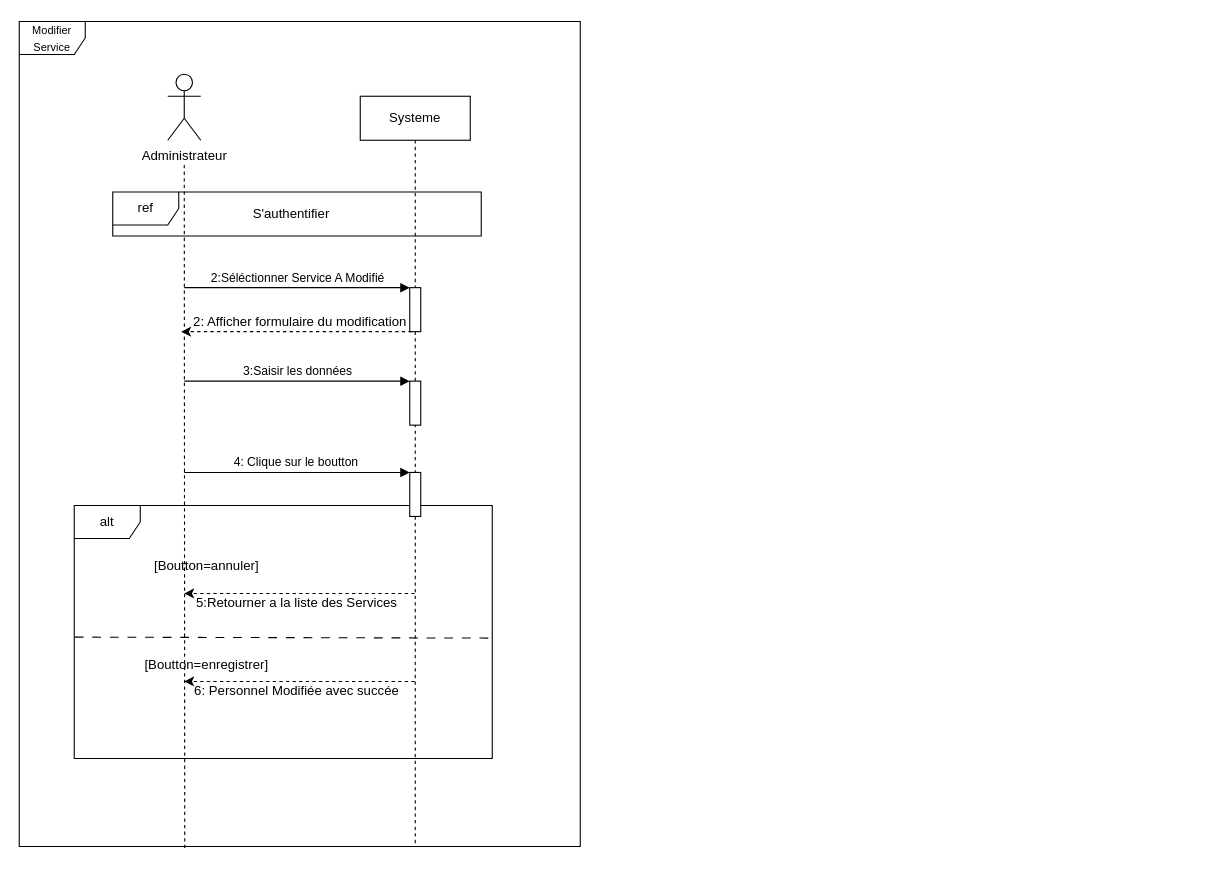
Before: diagSequence-modifService.drawio in PORTAIL-RH/Portail-RH-Mobile, a draw.io diagram. Source tidied: cells renumbered, new cells numbered last; positions are measured from the earlier drawing's top-left corner, leaving out a move shared by most shapes. Both pictures are drawn from the tidied source at 110%, with x=0, y=0 at pixel (19, 21).
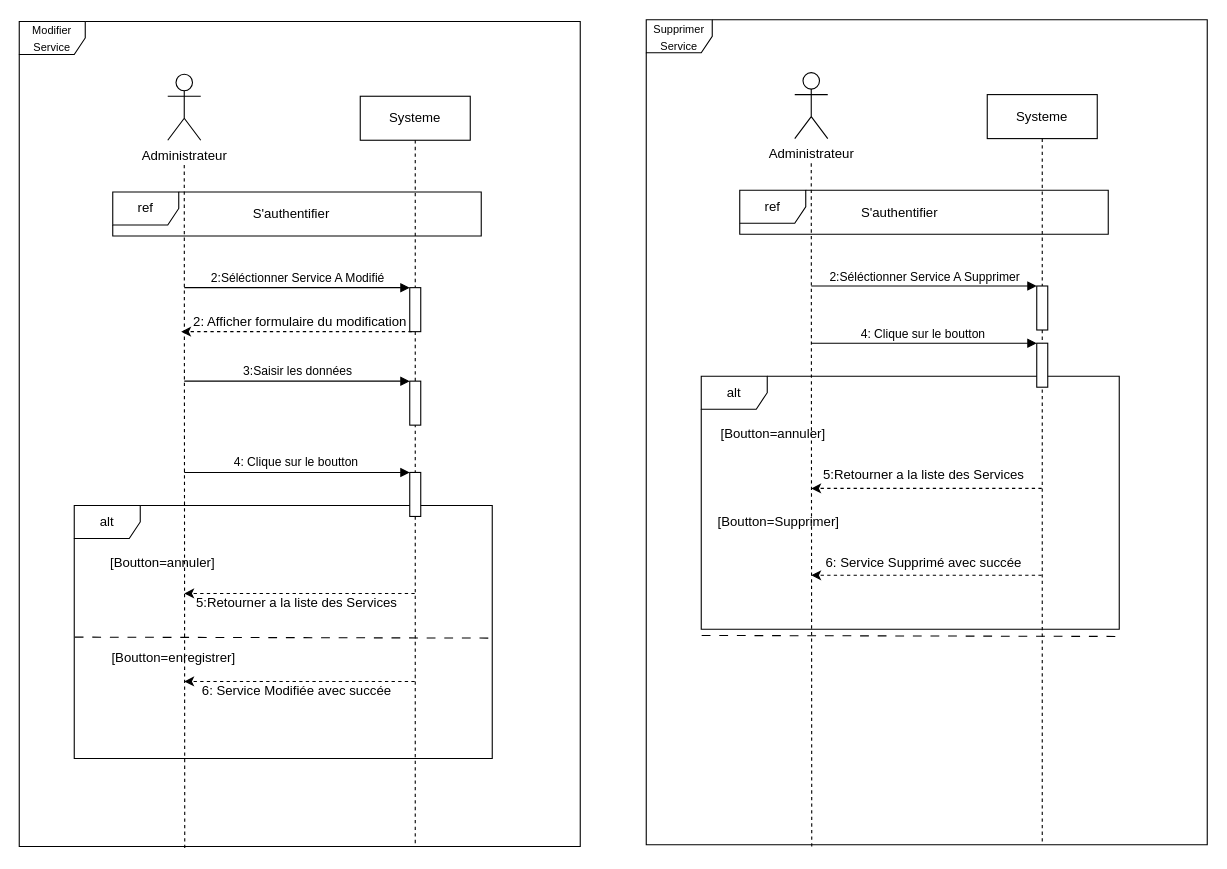
Above is the later version.

Commit message (it also covers changes not shown here):
Mettre à jour diagSequence-modifService.drawio

The edit, as a diff of the source:
```diff
@@
     <mxCell id="11" value="[Boutton=annuler]" style="text;html=1;align=center;verticalAlign=middle;strokeColor=none;fillColor=none;" parent="1" vertex="1">
-      <mxGeometry x="110" y="480" width="120" height="30" as="geometry" />
+      <mxGeometry x="70" y="476.5" width="120" height="30" as="geometry" />
     </mxCell>
@@
     <mxCell id="21" value="[Boutton=enregistrer]" style="text;html=1;align=center;verticalAlign=middle;strokeColor=none;fillColor=none;" parent="1" vertex="1">
-      <mxGeometry x="100" y="570" width="140" height="30" as="geometry" />
+      <mxGeometry x="70" y="564" width="140" height="30" as="geometry" />
     </mxCell>
@@
-    <mxCell id="23" value="6: Personnel Modifiée avec succée" style="text;html=1;align=center;verticalAlign=middle;strokeColor=none;fillColor=none;" parent="1" vertex="1">
-      <mxGeometry x="147" y="594" width="210" height="30" as="geometry" />
+    <mxCell id="23" value="6: Service Modifiée avec succée" style="text;html=1;align=center;verticalAlign=middle;strokeColor=none;fillColor=none;" parent="1" vertex="1">
+      <mxGeometry x="152" y="594" width="200" height="30" as="geometry" />
     </mxCell>
+    <mxCell id="24" value="Systeme" style="shape=umlLifeline;perimeter=lifelinePerimeter;whiteSpace=wrap;html=1;newEdgeStyle={&quot;edgeStyle&quot;:&quot;elbowEdgeStyle&quot;,&quot;elbow&quot;:&quot;vertical&quot;,&quot;curved&quot;:0,&quot;rounded&quot;:0};" parent="1" vertex="1">
+      <mxGeometry x="880" y="66.5" width="100" height="682" as="geometry" />
+    </mxCell>
+    <mxCell id="25" value="Administrateur" style="shape=umlActor;verticalLabelPosition=bottom;verticalAlign=top;html=1;" parent="1" vertex="1">
+      <mxGeometry x="705" y="46.5" width="30" height="60" as="geometry" />
+    </mxCell>
+    <mxCell id="26" style="endArrow=none;dashed=1;html=1;rounded=0;exitX=0.295;exitY=1.002;exitDx=0;exitDy=0;exitPerimeter=0;" parent="1" edge="1" source="29">
+      <mxGeometry relative="1" as="geometry">
+        <mxPoint x="720" y="126.5" as="targetPoint" />
+      </mxGeometry>
+    </mxCell>
+    <mxCell id="27" value="ref" style="shape=umlFrame;whiteSpace=wrap;html=1;" parent="1" vertex="1">
+      <mxGeometry x="655" y="153.5" width="335" height="40" as="geometry" />
+    </mxCell>
+    <mxCell id="28" value="S'authentifier" style="text;html=1;align=center;verticalAlign=middle;strokeColor=none;fillColor=none;" parent="1" vertex="1">
+      <mxGeometry x="755" y="158.5" width="90" height="30" as="geometry" />
+    </mxCell>
+    <mxCell id="29" value="&lt;font style=&quot;font-size: 10px;&quot;&gt;Supprimer&lt;/font&gt;&lt;div&gt;&lt;font style=&quot;font-size: 10px;&quot;&gt;Service&lt;/font&gt;&lt;/div&gt;" style="shape=umlFrame;whiteSpace=wrap;html=1;" parent="1" vertex="1">
+      <mxGeometry x="570" y="-1.5" width="510" height="750" as="geometry" />
+    </mxCell>
+    <mxCell id="30" value="alt" style="shape=umlFrame;whiteSpace=wrap;html=1;" parent="1" vertex="1">
+      <mxGeometry x="620" y="322.5" width="380" height="230" as="geometry" />
+    </mxCell>
+    <mxCell id="31" value="[Boutton=annuler]" style="text;html=1;align=center;verticalAlign=middle;strokeColor=none;fillColor=none;" parent="1" vertex="1">
+      <mxGeometry x="625" y="360" width="120" height="30" as="geometry" />
+    </mxCell>
+    <mxCell id="32" style="endArrow=classic;html=1;rounded=0;dashed=1;" parent="1" edge="1">
+      <mxGeometry relative="1" as="geometry">
+        <mxPoint x="929.5" y="424.5" as="sourcePoint" />
+        <mxPoint x="720" y="424.5" as="targetPoint" />
+      </mxGeometry>
+    </mxCell>
+    <mxCell id="33" value="5:Retourner a la liste des Services" style="text;html=1;align=center;verticalAlign=middle;strokeColor=none;fillColor=none;" parent="1" vertex="1">
+      <mxGeometry x="717" y="396.5" width="210" height="30" as="geometry" />
+    </mxCell>
+    <mxCell id="34" style="endArrow=none;dashed=1;html=1;rounded=0;exitX=0.001;exitY=0.416;exitDx=0;exitDy=0;exitPerimeter=0;entryX=1.005;entryY=0.418;entryDx=0;entryDy=0;entryPerimeter=0;dashPattern=8 8;" parent="1" edge="1">
+      <mxGeometry relative="1" as="geometry">
+        <mxPoint x="620.4" y="558.2" as="sourcePoint" />
+        <mxPoint x="1001.9" y="559.1" as="targetPoint" />
+      </mxGeometry>
+    </mxCell>
+    <mxCell id="35" style="html=1;points=[];perimeter=orthogonalPerimeter;outlineConnect=0;targetShapes=umlLifeline;portConstraint=eastwest;newEdgeStyle={&quot;edgeStyle&quot;:&quot;elbowEdgeStyle&quot;,&quot;elbow&quot;:&quot;vertical&quot;,&quot;curved&quot;:0,&quot;rounded&quot;:0};" parent="1" vertex="1">
+      <mxGeometry x="925" y="240.5" width="10" height="40" as="geometry" />
+    </mxCell>
+    <mxCell id="36" value="2:Séléctionner Service A Supprimer" style="html=1;verticalAlign=bottom;endArrow=block;edgeStyle=elbowEdgeStyle;elbow=vertical;curved=0;rounded=0;" parent="1" edge="1" target="35">
+      <mxGeometry relative="1" as="geometry">
+        <mxPoint x="720" y="240.5" as="sourcePoint" />
+        <Array as="points">
+          <mxPoint x="835" y="240.5" />
+        </Array>
+      </mxGeometry>
+    </mxCell>
+    <mxCell id="37" style="html=1;points=[];perimeter=orthogonalPerimeter;outlineConnect=0;targetShapes=umlLifeline;portConstraint=eastwest;newEdgeStyle={&quot;edgeStyle&quot;:&quot;elbowEdgeStyle&quot;,&quot;elbow&quot;:&quot;vertical&quot;,&quot;curved&quot;:0,&quot;rounded&quot;:0};" parent="1" vertex="1">
+      <mxGeometry x="925" y="292.5" width="10" height="40" as="geometry" />
+    </mxCell>
+    <mxCell id="38" value="4: Clique sur le boutton&amp;nbsp;" style="html=1;verticalAlign=bottom;endArrow=block;edgeStyle=elbowEdgeStyle;elbow=vertical;curved=0;rounded=0;" parent="1" edge="1" target="37">
+      <mxGeometry relative="1" as="geometry">
+        <mxPoint x="720" y="292.5" as="sourcePoint" />
+        <Array as="points">
+          <mxPoint x="835" y="292.5" />
+        </Array>
+      </mxGeometry>
+    </mxCell>
+    <mxCell id="39" value="[Boutton=Supprimer]" style="text;html=1;align=center;verticalAlign=middle;strokeColor=none;fillColor=none;" parent="1" vertex="1">
+      <mxGeometry x="625" y="440" width="130" height="30" as="geometry" />
+    </mxCell>
+    <mxCell id="40" style="endArrow=classic;html=1;rounded=0;dashed=1;" parent="1" edge="1">
+      <mxGeometry relative="1" as="geometry">
+        <mxPoint x="929.5" y="503.5" as="sourcePoint" />
+        <mxPoint x="720" y="503.5" as="targetPoint" />
+      </mxGeometry>
+    </mxCell>
+    <mxCell id="41" value="6: Service Supprimé avec succée" style="text;html=1;align=center;verticalAlign=middle;strokeColor=none;fillColor=none;" parent="1" vertex="1">
+      <mxGeometry x="722" y="476.5" width="200" height="30" as="geometry" />
+    </mxCell>
```
